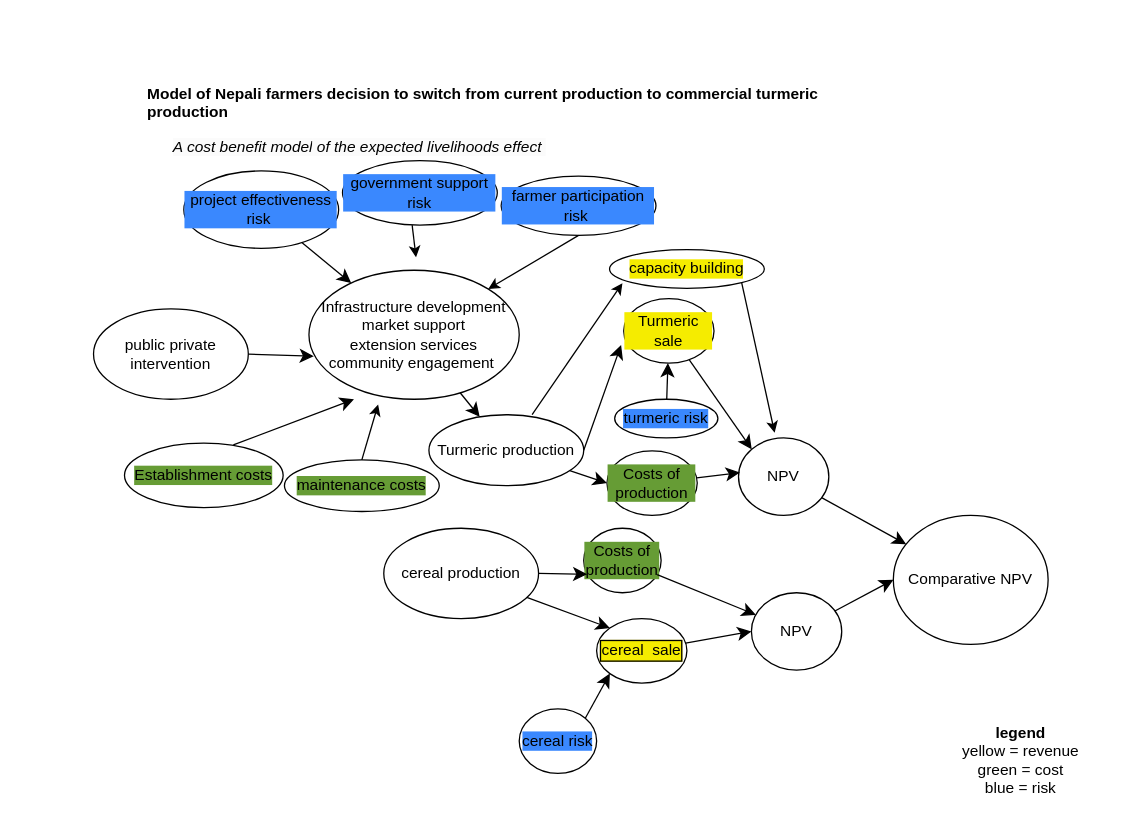
AditiBista/nepal_turmeric keeps this draw.io diagram as Untitled Diagram.drawio. Above is the earlier version. Source tidied: cells renumbered, new cells numbered last; positions are measured from the earlier drawing's top-left corner, leaving out a move shared by most shapes. Both pictures are drawn from the tidied source at 129%, with x=0, y=0 at pixel (93, 76).
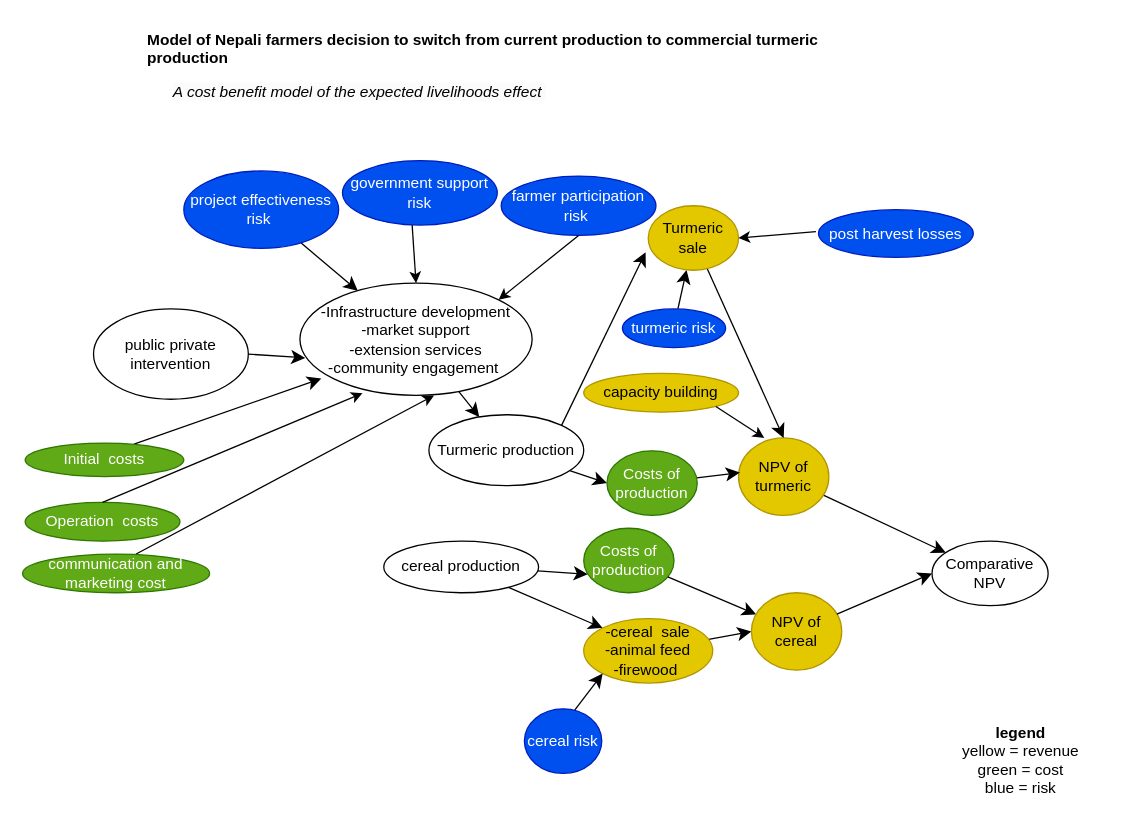
The same diagram, later.

The change refers to these unchanged cells:
```xml
<mxCell id="8" value="Turmeric production" style="ellipse;whiteSpace=wrap;html=1;fontSize=12;strokeWidth=1;" parent="1" vertex="1">
  <mxGeometry x="260" y="262" width="120" height="55" as="geometry" />
</mxCell>
```

What changed in the source:
```diff
@@
     <mxCell id="3" value="cereal production" style="ellipse;whiteSpace=wrap;html=1;fontSize=12;strokeWidth=1;" parent="1" vertex="1">
-      <mxGeometry x="225" y="350" width="120" height="70" as="geometry" />
+      <mxGeometry x="225" y="360" width="120" height="40" as="geometry" />
     </mxCell>
     <mxCell id="4" value="Model of Nepali farmers decision to switch from current production to commercial turmeric production" style="text;whiteSpace=wrap;fontSize=12;fontStyle=1;strokeWidth=1;" parent="1" vertex="1">
-      <mxGeometry x="40" width="560" height="60" as="geometry" />
+      <mxGeometry x="40" y="-42" width="560" height="60" as="geometry" />
     </mxCell>
     <mxCell id="5" value="&lt;span style=&quot;color: rgb(0, 0, 0); font-family: Helvetica; font-size: 12px; font-style: italic; font-variant-ligatures: normal; font-variant-caps: normal; letter-spacing: normal; orphans: 2; text-align: left; text-indent: 0px; text-transform: none; widows: 2; word-spacing: 0px; -webkit-text-stroke-width: 0px; background-color: rgb(251, 251, 251); text-decoration-thickness: initial; float: none; display: inline !important;&quot;&gt;A cost benefit model&lt;/span&gt;&lt;span style=&quot;color: rgb(0, 0, 0); font-family: Helvetica; font-size: 12px; font-style: italic; font-variant-ligatures: normal; font-variant-caps: normal; letter-spacing: normal; orphans: 2; text-align: left; text-indent: 0px; text-transform: none; widows: 2; word-spacing: 0px; -webkit-text-stroke-width: 0px; background-color: rgb(251, 251, 251); text-decoration-thickness: initial; float: none; display: inline !important;&quot;&gt;&amp;nbsp;of the expected livelihoods effect&amp;nbsp;&lt;/span&gt;" style="text;whiteSpace=wrap;html=1;fontSize=12;fontStyle=0;strokeWidth=1;" parent="1" vertex="1">
-      <mxGeometry x="60" y="41" width="450" height="40" as="geometry" />
+      <mxGeometry x="60" y="-2" width="450" height="40" as="geometry" />
     </mxCell>
-    <mxCell id="6" style="edgeStyle=none;curved=1;rounded=0;jettySize=auto;html=1;exitX=1;exitY=0.5;exitDx=0;exitDy=0;entryX=-0.029;entryY=0.72;entryDx=0;entryDy=0;fontSize=12;startSize=8;endSize=8;strokeWidth=1;entryPerimeter=0;" parent="1" edge="1" source="8" target="22">
+    <mxCell id="6" style="edgeStyle=none;curved=1;rounded=0;jettySize=auto;html=1;exitX=1;exitY=0;exitDx=0;exitDy=0;entryX=-0.029;entryY=0.72;entryDx=0;entryDy=0;fontSize=12;startSize=8;endSize=8;strokeWidth=1;entryPerimeter=0;" parent="1" edge="1" source="8" target="22">
       <mxGeometry relative="1" as="geometry" />
     </mxCell>
@@
-    <mxCell id="10" value="NPV" style="ellipse;whiteSpace=wrap;html=1;fontSize=12;strokeWidth=1;" parent="1" vertex="1">
+    <mxCell id="10" value="NPV of turmeric" style="ellipse;whiteSpace=wrap;html=1;fontSize=12;strokeWidth=1;fillColor=#e3c800;fontColor=#000000;strokeColor=#B09500;" parent="1" vertex="1">
       <mxGeometry x="500" y="280" width="70" height="60" as="geometry" />
     </mxCell>
-    <mxCell id="11" value="Costs of production" style="ellipse;whiteSpace=wrap;html=1;fontSize=12;strokeWidth=1;labelBackgroundColor=#669c35;" parent="1" vertex="1">
-      <mxGeometry x="380" y="350" width="60" height="50" as="geometry" />
+    <mxCell id="11" value="Costs of production" style="ellipse;whiteSpace=wrap;html=1;fontSize=12;strokeWidth=1;labelBackgroundColor=none;fillColor=#60a917;fontColor=#ffffff;strokeColor=#2D7600;" parent="1" vertex="1">
+      <mxGeometry x="380" y="350" width="70" height="50" as="geometry" />
     </mxCell>
@@
-    <mxCell id="14" value="cereal risk" style="ellipse;whiteSpace=wrap;html=1;fontSize=12;strokeWidth=1;labelBackgroundColor=#3a88fe;" parent="1" vertex="1">
-      <mxGeometry x="330" y="490" width="60" height="50" as="geometry" />
+    <mxCell id="14" value="cereal risk" style="ellipse;whiteSpace=wrap;html=1;fontSize=12;strokeWidth=1;labelBackgroundColor=none;fillColor=#0050ef;fontColor=#ffffff;strokeColor=#001DBC;" parent="1" vertex="1">
+      <mxGeometry x="334" y="490" width="60" height="50" as="geometry" />
     </mxCell>
@@
-    <mxCell id="16" value="cereal &amp;nbsp;sale" style="ellipse;whiteSpace=wrap;html=1;fontSize=12;strokeWidth=1;labelBorderColor=default;labelBackgroundColor=#f5ec00;" parent="1" vertex="1">
-      <mxGeometry x="390" y="420" width="70" height="50" as="geometry" />
+    <mxCell id="16" value="-cereal &amp;nbsp;sale&lt;br&gt;-animal feed&lt;br&gt;-firewood&amp;nbsp;" style="ellipse;whiteSpace=wrap;html=1;fontSize=12;strokeWidth=1;labelBorderColor=none;labelBackgroundColor=none;fillColor=#e3c800;fontColor=#000000;strokeColor=#B09500;" parent="1" vertex="1">
+      <mxGeometry x="380" y="420" width="100" height="50" as="geometry" />
     </mxCell>
@@
-    <mxCell id="18" value="Costs of production" style="ellipse;whiteSpace=wrap;html=1;fontSize=12;strokeWidth=1;labelBackgroundColor=#669c35;" parent="1" vertex="1">
+    <mxCell id="18" value="Costs of production" style="ellipse;whiteSpace=wrap;html=1;fontSize=12;strokeWidth=1;labelBackgroundColor=none;fillColor=#60a917;fontColor=#ffffff;strokeColor=#2D7600;" parent="1" vertex="1">
       <mxGeometry x="398" y="290" width="70" height="50" as="geometry" />
     </mxCell>
@@
-    <mxCell id="20" value="turmeric risk" style="ellipse;whiteSpace=wrap;html=1;fontSize=12;strokeWidth=1;labelBackgroundColor=#3a88fe;" parent="1" vertex="1">
-      <mxGeometry x="404" y="250" width="80" height="30" as="geometry" />
+    <mxCell id="20" value="turmeric risk" style="ellipse;whiteSpace=wrap;html=1;fontSize=12;strokeWidth=1;labelBackgroundColor=none;fillColor=#0050ef;fontColor=#ffffff;strokeColor=#001DBC;" parent="1" vertex="1">
+      <mxGeometry x="410" y="180" width="80" height="30" as="geometry" />
     </mxCell>
-    <mxCell id="21" style="edgeStyle=none;curved=1;rounded=0;jettySize=auto;html=1;entryX=0;entryY=0;entryDx=0;entryDy=0;fontSize=12;startSize=8;endSize=8;strokeWidth=1;" parent="1" edge="1" source="22" target="10">
+    <mxCell id="21" style="edgeStyle=none;curved=1;rounded=0;jettySize=auto;html=1;entryX=0.5;entryY=0;entryDx=0;entryDy=0;fontSize=12;startSize=8;endSize=8;strokeWidth=1;" parent="1" edge="1" source="22" target="10">
       <mxGeometry relative="1" as="geometry" />
     </mxCell>
-    <mxCell id="22" value="&lt;font style=&quot;font-size: 12px;&quot;&gt;Turmeric sale&lt;/font&gt;" style="ellipse;whiteSpace=wrap;html=1;fontSize=12;strokeWidth=1;labelBackgroundColor=#f5ec00;" parent="1" vertex="1">
-      <mxGeometry x="411" y="172" width="70" height="50" as="geometry" />
+    <mxCell id="22" value="&lt;font style=&quot;font-size: 12px;&quot;&gt;Turmeric sale&lt;/font&gt;" style="ellipse;whiteSpace=wrap;html=1;fontSize=12;strokeWidth=1;labelBackgroundColor=none;fillColor=#e3c800;fontColor=#000000;strokeColor=#B09500;" parent="1" vertex="1">
+      <mxGeometry x="430" y="100" width="70" height="50" as="geometry" />
     </mxCell>
-    <mxCell id="23" style="endArrow=classic;html=1;rounded=0;fontSize=12;startSize=8;endSize=8;curved=1;exitX=1;exitY=0;exitDx=0;exitDy=0;entryX=0;entryY=1;entryDx=0;entryDy=0;strokeWidth=1;" parent="1" edge="1" source="14" target="16">
+    <mxCell id="23" style="endArrow=classic;html=1;rounded=0;fontSize=12;startSize=8;endSize=8;curved=1;exitX=0.65;exitY=0.02;exitDx=0;exitDy=0;entryX=0;entryY=1;entryDx=0;entryDy=0;strokeWidth=1;exitPerimeter=0;" parent="1" edge="1" source="14" target="16">
       <mxGeometry relative="1" as="geometry" />
     </mxCell>
@@
     <mxCell id="27" value="Comparative NPV" style="ellipse;whiteSpace=wrap;html=1;fontSize=12;strokeWidth=1;" parent="1" vertex="1">
-      <mxGeometry x="620" y="340" width="120" height="100" as="geometry" />
+      <mxGeometry x="650" y="360" width="90" height="50" as="geometry" />
     </mxCell>
-    <mxCell id="28" value="NPV" style="ellipse;whiteSpace=wrap;html=1;fontSize=12;strokeWidth=1;" parent="1" vertex="1">
+    <mxCell id="28" value="NPV of cereal" style="ellipse;whiteSpace=wrap;html=1;fontSize=12;strokeWidth=1;fillColor=#e3c800;fontColor=#000000;strokeColor=#B09500;" parent="1" vertex="1">
       <mxGeometry x="510" y="400" width="70" height="60" as="geometry" />
     </mxCell>
@@
-    <mxCell id="30" style="edgeStyle=none;curved=1;rounded=0;jettySize=auto;html=1;fontSize=12;startSize=8;endSize=8;exitX=0.686;exitY=0.028;exitDx=0;exitDy=0;exitPerimeter=0;entryX=0.214;entryY=1;entryDx=0;entryDy=0;entryPerimeter=0;strokeWidth=1;" parent="1" edge="1" source="31" target="35">
+    <mxCell id="30" style="edgeStyle=none;curved=1;rounded=0;jettySize=auto;html=1;fontSize=12;startSize=8;endSize=8;exitX=0.686;exitY=0.028;exitDx=0;exitDy=0;exitPerimeter=0;entryX=0.092;entryY=0.85;entryDx=0;entryDy=0;entryPerimeter=0;strokeWidth=1;" parent="1" edge="1" source="31" target="35">
       <mxGeometry relative="1" as="geometry" />
     </mxCell>
-    <mxCell id="31" value="Establishment costs" style="ellipse;whiteSpace=wrap;html=1;fontSize=12;strokeWidth=1;labelBackgroundColor=#669c35;" parent="1" vertex="1">
-      <mxGeometry x="24" y="284" width="123" height="50" as="geometry" />
+    <mxCell id="31" value="Initial &amp;nbsp;costs" style="ellipse;whiteSpace=wrap;html=1;fontSize=12;strokeWidth=1;labelBackgroundColor=none;fillColor=#60a917;fontColor=#ffffff;strokeColor=#2D7600;" parent="1" vertex="1">
+      <mxGeometry x="-53" y="284" width="123" height="26" as="geometry" />
     </mxCell>
@@
-    <mxCell id="33" value="&lt;font style=&quot;font-size: 12px;&quot;&gt;project effectiveness risk&amp;nbsp;&lt;/font&gt;" style="ellipse;whiteSpace=wrap;html=1;fontSize=12;strokeWidth=1;labelBackgroundColor=#3a88fe;" parent="1" vertex="1">
+    <mxCell id="33" value="&lt;font style=&quot;font-size: 12px;&quot;&gt;project effectiveness risk&amp;nbsp;&lt;/font&gt;" style="ellipse;whiteSpace=wrap;html=1;fontSize=12;strokeWidth=1;labelBackgroundColor=none;fillColor=#0050ef;fontColor=#ffffff;strokeColor=#001DBC;" parent="1" vertex="1">
       <mxGeometry x="70" y="73" width="120" height="60" as="geometry" />
     </mxCell>
@@
-    <mxCell id="35" value="Infrastructure development&lt;br&gt;market support&lt;br&gt;extension services&lt;br&gt;community engagement&amp;nbsp;" style="ellipse;whiteSpace=wrap;html=1;fontSize=12;strokeWidth=1;" parent="1" vertex="1">
-      <mxGeometry x="167" y="150" width="163" height="100" as="geometry" />
+    <mxCell id="35" value="-Infrastructure development&lt;br&gt;-market support&lt;br&gt;-extension services&lt;br&gt;-community engagement&amp;nbsp;" style="ellipse;whiteSpace=wrap;html=1;fontSize=12;strokeWidth=1;" parent="1" vertex="1">
+      <mxGeometry x="160" y="160" width="180" height="87" as="geometry" />
     </mxCell>
-    <mxCell id="36" value="government support risk" style="ellipse;whiteSpace=wrap;html=1;strokeWidth=1;fontSize=12;labelBackgroundColor=#3a88fe;" parent="1" vertex="1">
+    <mxCell id="36" value="government support risk" style="ellipse;whiteSpace=wrap;html=1;strokeWidth=1;fontSize=12;labelBackgroundColor=none;fillColor=#0050ef;fontColor=#ffffff;strokeColor=#001DBC;" parent="1" vertex="1">
       <mxGeometry x="193" y="65" width="120" height="50" as="geometry" />
     </mxCell>
-    <mxCell id="37" value="farmer participation risk&amp;nbsp;" style="ellipse;whiteSpace=wrap;html=1;strokeWidth=1;fontSize=12;labelBackgroundColor=#3a88fe;" parent="1" vertex="1">
+    <mxCell id="37" value="farmer participation risk&amp;nbsp;" style="ellipse;whiteSpace=wrap;html=1;strokeWidth=1;fontSize=12;labelBackgroundColor=none;fillColor=#0050ef;fontColor=#ffffff;strokeColor=#001DBC;" parent="1" vertex="1">
       <mxGeometry x="316" y="77" width="120" height="46" as="geometry" />
     </mxCell>
@@
-    <mxCell id="39" style="endArrow=classic;html=1;rounded=0;exitX=0.45;exitY=1;exitDx=0;exitDy=0;exitPerimeter=0;strokeWidth=1;fontSize=12;" parent="1" edge="1" source="36">
-      <mxGeometry relative="1" as="geometry">
-        <mxPoint x="250" y="140" as="targetPoint" />
-      </mxGeometry>
+    <mxCell id="39" style="endArrow=classic;html=1;rounded=0;exitX=0.45;exitY=1;exitDx=0;exitDy=0;exitPerimeter=0;strokeWidth=1;fontSize=12;entryX=0.5;entryY=0;entryDx=0;entryDy=0;" parent="1" edge="1" source="36" target="35">
+      <mxGeometry relative="1" as="geometry" />
     </mxCell>
-    <mxCell id="40" value="maintenance costs" style="ellipse;whiteSpace=wrap;html=1;strokeWidth=1;fontSize=12;labelBackgroundColor=#669c35;" parent="1" vertex="1">
-      <mxGeometry x="148" y="297" width="120" height="40" as="geometry" />
+    <mxCell id="40" value="Operation &amp;nbsp;costs" style="ellipse;whiteSpace=wrap;html=1;strokeWidth=1;fontSize=12;labelBackgroundColor=none;fillColor=#60a917;fontColor=#ffffff;strokeColor=#2D7600;" parent="1" vertex="1">
+      <mxGeometry x="-53" y="330" width="120" height="30" as="geometry" />
     </mxCell>
-    <mxCell id="41" style="endArrow=classic;html=1;rounded=0;entryX=0.329;entryY=1.04;entryDx=0;entryDy=0;exitX=0.5;exitY=0;exitDx=0;exitDy=0;entryPerimeter=0;strokeWidth=1;fontSize=12;" parent="1" edge="1" source="40" target="35">
+    <mxCell id="41" style="endArrow=classic;html=1;rounded=0;entryX=0.27;entryY=0.98;entryDx=0;entryDy=0;exitX=0.5;exitY=0;exitDx=0;exitDy=0;entryPerimeter=0;strokeWidth=1;fontSize=12;" parent="1" edge="1" source="40" target="35">
       <mxGeometry relative="1" as="geometry" />
     </mxCell>
@@
-    <mxCell id="43" style="endArrow=classic;html=1;rounded=0;" parent="1" edge="1">
-      <mxGeometry relative="1" as="geometry">
-        <mxPoint x="340" y="262" as="sourcePoint" />
-        <mxPoint x="410" y="160" as="targetPoint" />
-      </mxGeometry>
-    </mxCell>
-    <mxCell id="44" value="capacity building" style="ellipse;whiteSpace=wrap;html=1;labelBackgroundColor=#f5ec00;" parent="1" vertex="1">
-      <mxGeometry x="400" y="134" width="120" height="30" as="geometry" />
+    <mxCell id="44" value="capacity building" style="ellipse;whiteSpace=wrap;html=1;labelBackgroundColor=none;fillColor=#e3c800;fontColor=#000000;strokeColor=#B09500;" parent="1" vertex="1">
+      <mxGeometry x="380" y="230" width="120" height="30" as="geometry" />
     </mxCell>
-    <mxCell id="45" style="endArrow=classic;html=1;rounded=0;exitX=1;exitY=1;exitDx=0;exitDy=0;entryX=0.4;entryY=-0.067;entryDx=0;entryDy=0;entryPerimeter=0;" parent="1" edge="1" source="44" target="10">
-      <mxGeometry relative="1" as="geometry" />
+    <mxCell id="45" style="endArrow=classic;html=1;rounded=0;exitX=1;exitY=1;exitDx=0;exitDy=0;" parent="1" edge="1" source="44">
+      <mxGeometry relative="1" as="geometry">
+        <mxPoint x="520" y="280" as="targetPoint" />
+      </mxGeometry>
     </mxCell>
+    <mxCell id="46" style="endArrow=classic;html=1;rounded=0;exitX=0.607;exitY=0;exitDx=0;exitDy=0;exitPerimeter=0;" parent="1" edge="1" source="47">
+      <mxGeometry relative="1" as="geometry">
+        <mxPoint x="264" y="247" as="targetPoint" />
+      </mxGeometry>
+    </mxCell>
+    <mxCell id="47" value="communication and marketing cost" style="ellipse;whiteSpace=wrap;html=1;fillColor=#60a917;fontColor=#ffffff;strokeColor=#2D7600;" parent="1" vertex="1">
+      <mxGeometry x="-55" y="370" width="145" height="30" as="geometry" />
+    </mxCell>
+    <mxCell id="48" value="post harvest losses" style="ellipse;whiteSpace=wrap;html=1;fillColor=#0050ef;fontColor=#ffffff;strokeColor=#001DBC;" parent="1" vertex="1">
+      <mxGeometry x="562" y="103" width="120" height="37" as="geometry" />
+    </mxCell>
+    <mxCell id="49" style="endArrow=classic;html=1;rounded=0;entryX=1;entryY=0.5;entryDx=0;entryDy=0;" parent="1" edge="1" target="22">
+      <mxGeometry relative="1" as="geometry">
+        <mxPoint x="560" y="120" as="sourcePoint" />
+      </mxGeometry>
+    </mxCell>
```
